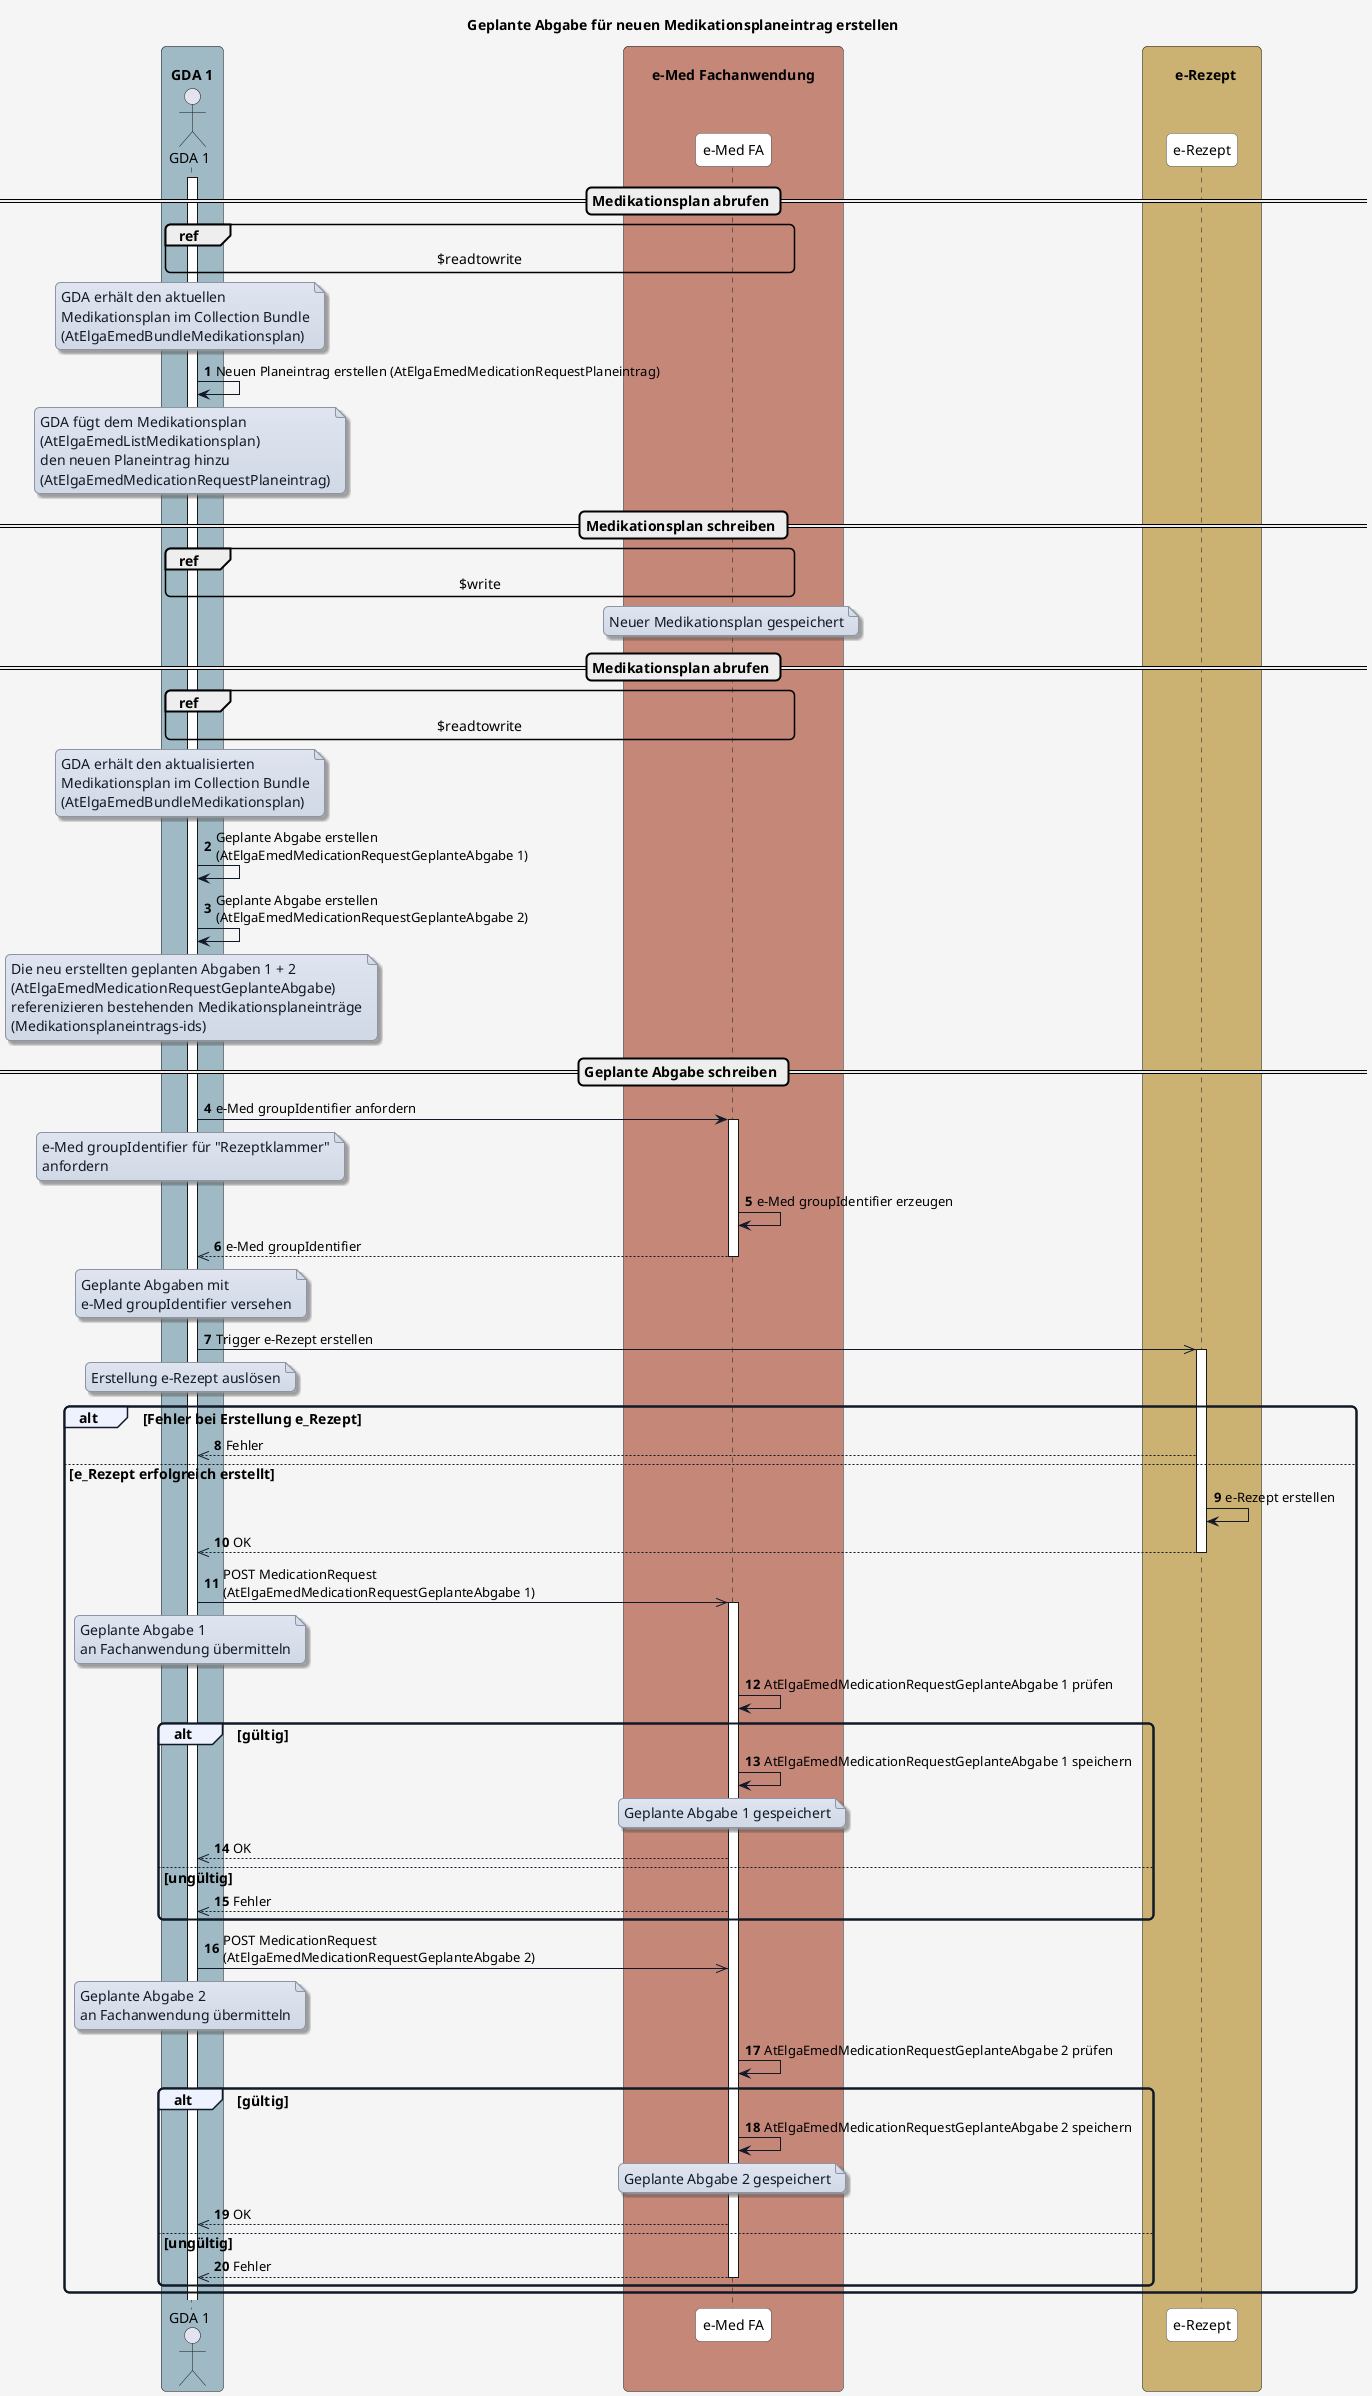
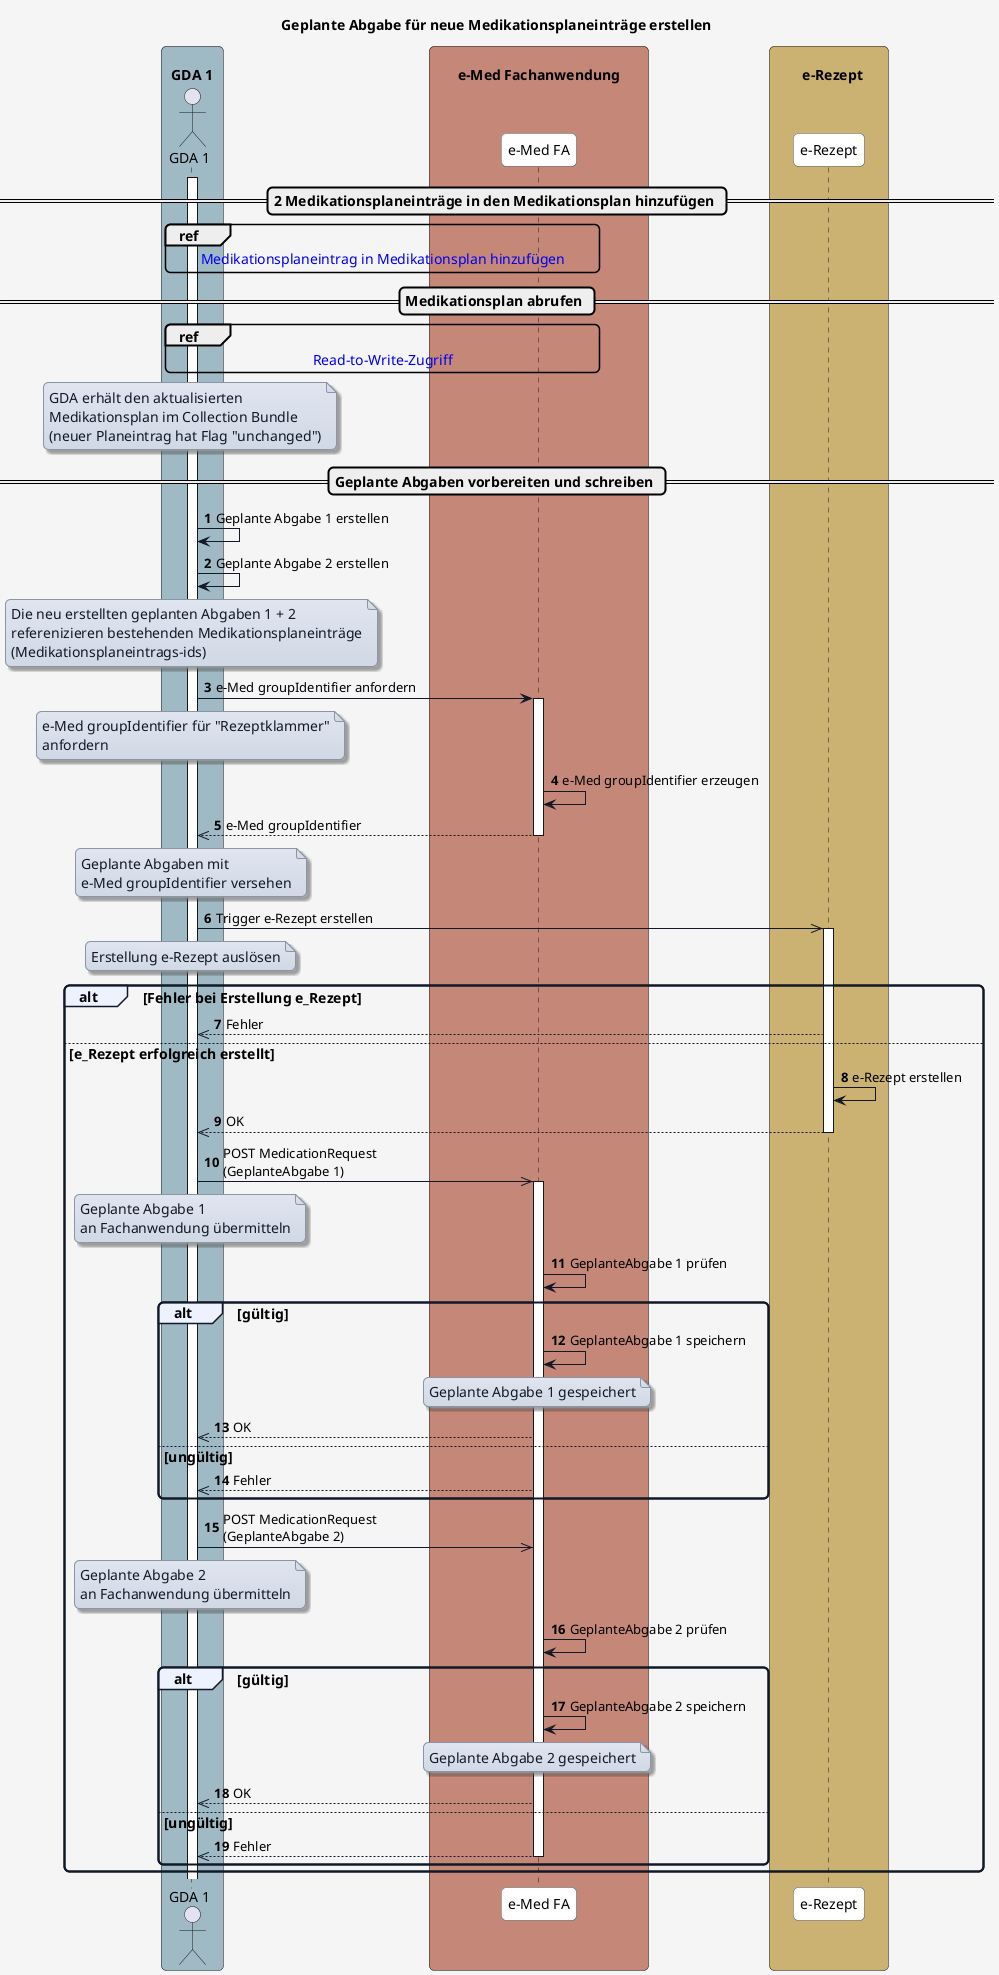
@startuml

- title Geplante Abgabe für neuen Medikationsplaneintrag erstellen
+ title Geplante Abgabe für neue Medikationsplaneinträge erstellen

skinparam borderColor #000000
skinparam backgroundColor #f5f5f5
skinparam shadowing false
skinparam roundCorner 10
skinparam defaultFontName "Arial"
skinparam defaultFontSize 14
skinparam defaultFontColor #000000

skinparam note {
  BackgroundColor #e0e5f0-#d1d9e6
  BorderColor #8b95a5
  BorderThickness 1
  RoundCorner 8
  Padding 6
  FontColor #111827
  Shadowing true
}

skinparam HyperlinkColor #0000EE
skinparam HyperlinkUnderline false

skinparam sequence {
  ParticipantBorderColor #555555
  ParticipantBackgroundColor #ffffff
  ParticipantFontColor #000000
  ParticipantFontSize 14
  ParticipantPadding 20
  ArrowColor #111827
  ArrowThickness 1
  ArrowFontColor #000000
  ArrowFontSize 13
  GroupBorderColor #111827
  GroupBackgroundColor #eef2ff
  GroupBorderThickness 2
}

skinparam BoxPadding 20
skinparam BoxBorderColor #555555

box "\n  GDA 1  " #9fbac4
  actor GDA_1 as "GDA 1"
end box

box "\n       e-Med Fachanwendung       " #C48778
  participant eMed_FA as "e-Med FA"
end box

box "\n    e-Rezept  " #cbb272
  participant e_Rezept as "e-Rezept"
end box

autonumber

- == Medikationsplan abrufen ==
+ == 2 Medikationsplaneinträge in den Medikationsplan hinzufügen ==

activate GDA_1

- ref over GDA_1, eMed_FA : $readtowrite
- 
- note over GDA_1
- GDA erhält den aktuellen
- Medikationsplan im Collection Bundle
- (AtElgaEmedBundleMedikationsplan)
- end note
- 
- GDA_1 -> GDA_1: Neuen Planeintrag erstellen (AtElgaEmedMedicationRequestPlaneintrag)
- 
- note over GDA_1
- GDA fügt dem Medikationsplan
- (AtElgaEmedListMedikationsplan)
- den neuen Planeintrag hinzu
- (AtElgaEmedMedicationRequestPlaneintrag)
- end note
- 
- == Medikationsplan schreiben ==
- 
- ref over GDA_1, eMed_FA : $write
- 
- note over eMed_FA
- Neuer Medikationsplan gespeichert
- end note
+ ref over GDA_1, eMed_FA : [[Sub_UC_eMed_06.html#ablauf-2 Medikationsplaneintrag in Medikationsplan hinzufügen]]

== Medikationsplan abrufen ==

- ref over GDA_1, eMed_FA : $readtowrite
- 
+ ref over GDA_1, eMed_FA : [[interactions.html#sequenzdiagramm-read-to-write-zugriff Read-to-Write-Zugriff]]

note over GDA_1
GDA erhält den aktualisierten
Medikationsplan im Collection Bundle
- (AtElgaEmedBundleMedikationsplan)
+ (neuer Planeintrag hat Flag "unchanged")
end note

- GDA_1 -> GDA_1: Geplante Abgabe erstellen\n(AtElgaEmedMedicationRequestGeplanteAbgabe 1)
- GDA_1 -> GDA_1: Geplante Abgabe erstellen\n(AtElgaEmedMedicationRequestGeplanteAbgabe 2)
+ == Geplante Abgaben vorbereiten und schreiben ==
+ 
+ GDA_1 -> GDA_1: Geplante Abgabe 1 erstellen
+ GDA_1 -> GDA_1: Geplante Abgabe 2 erstellen

note over GDA_1
Die neu erstellten geplanten Abgaben 1 + 2
- (AtElgaEmedMedicationRequestGeplanteAbgabe)
referenizieren bestehenden Medikationsplaneinträge
(Medikationsplaneintrags-ids)
end note

- == Geplante Abgabe schreiben ==

GDA_1 -> eMed_FA: e-Med groupIdentifier anfordern

note over GDA_1
e-Med groupIdentifier für "Rezeptklammer"
anfordern
end note

activate eMed_FA
eMed_FA -> eMed_FA: e-Med groupIdentifier erzeugen
eMed_FA -->> GDA_1: e-Med groupIdentifier
deactivate eMed_FA

note over GDA_1
Geplante Abgaben mit
e-Med groupIdentifier versehen
end note

GDA_1 ->> e_Rezept: Trigger e-Rezept erstellen
note over GDA_1
Erstellung e-Rezept auslösen
end note
activate e_Rezept

alt Fehler bei Erstellung e_Rezept

  e_Rezept -->> GDA_1: Fehler

else e_Rezept erfolgreich erstellt
  e_Rezept -> e_Rezept: e-Rezept erstellen
  e_Rezept -->> GDA_1: OK
  deactivate e_Rezept
-   GDA_1 ->> eMed_FA: POST MedicationRequest\n(AtElgaEmedMedicationRequestGeplanteAbgabe 1)
+   GDA_1 ->> eMed_FA: POST MedicationRequest\n(GeplanteAbgabe 1)
  activate eMed_FA
  note over GDA_1
  Geplante Abgabe 1
  an Fachanwendung übermitteln
  end note


- eMed_FA -> eMed_FA: AtElgaEmedMedicationRequestGeplanteAbgabe 1 prüfen
+ eMed_FA -> eMed_FA: GeplanteAbgabe 1 prüfen
alt gültig
-   eMed_FA -> eMed_FA: AtElgaEmedMedicationRequestGeplanteAbgabe 1 speichern
+   eMed_FA -> eMed_FA: GeplanteAbgabe 1 speichern

  note over eMed_FA
  Geplante Abgabe 1 gespeichert
  end note

  eMed_FA -->> GDA_1: OK
  else ungültig
    eMed_FA -->> GDA_1: Fehler
  end

-   GDA_1 ->> eMed_FA: POST MedicationRequest\n(AtElgaEmedMedicationRequestGeplanteAbgabe 2)
+   GDA_1 ->> eMed_FA: POST MedicationRequest\n(GeplanteAbgabe 2)
  note over GDA_1
  Geplante Abgabe 2
  an Fachanwendung übermitteln
  end note

-   eMed_FA -> eMed_FA: AtElgaEmedMedicationRequestGeplanteAbgabe 2 prüfen
+   eMed_FA -> eMed_FA: GeplanteAbgabe 2 prüfen
  alt gültig
-     eMed_FA -> eMed_FA: AtElgaEmedMedicationRequestGeplanteAbgabe 2 speichern
+     eMed_FA -> eMed_FA: GeplanteAbgabe 2 speichern

    note over eMed_FA
    Geplante Abgabe 2 gespeichert
    end note

    eMed_FA -->> GDA_1: OK
  else ungültig
    eMed_FA -->> GDA_1: Fehler
    deactivate eMed_FA
  end


end


@enduml